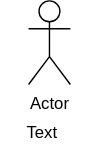
Earlier version of the draw.io export Untitled Diagram.drawio.svg (Thebigboy21/PracticeUS). Source tidied: cells renumbered, new cells last; positions are measured from the earlier drawing's top-left corner, leaving out a move shared by most shapes.
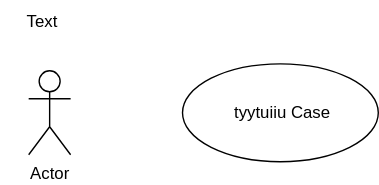
After the change.

Diff of the diagram source:
```diff
@@ -6,7 +6,10 @@
       <mxGeometry x="20" width="30" height="60" as="geometry" />
     </mxCell>
     <mxCell id="3" value="Text" style="text;html=1;strokeColor=none;fillColor=none;align=center;verticalAlign=middle;whiteSpace=wrap;rounded=0;" parent="1" vertex="1">
-      <mxGeometry y="80" width="60" height="30" as="geometry" />
+      <mxGeometry y="-50" width="60" height="30" as="geometry" />
     </mxCell>
+    <mxCell id="4" value="&amp;nbsp;tyytuiiu Case" style="ellipse;whiteSpace=wrap;html=1;" parent="1" vertex="1">
+      <mxGeometry x="130" y="-5" width="140" height="70" as="geometry" />
+    </mxCell>
   </root>
 </mxGraphModel>
```
